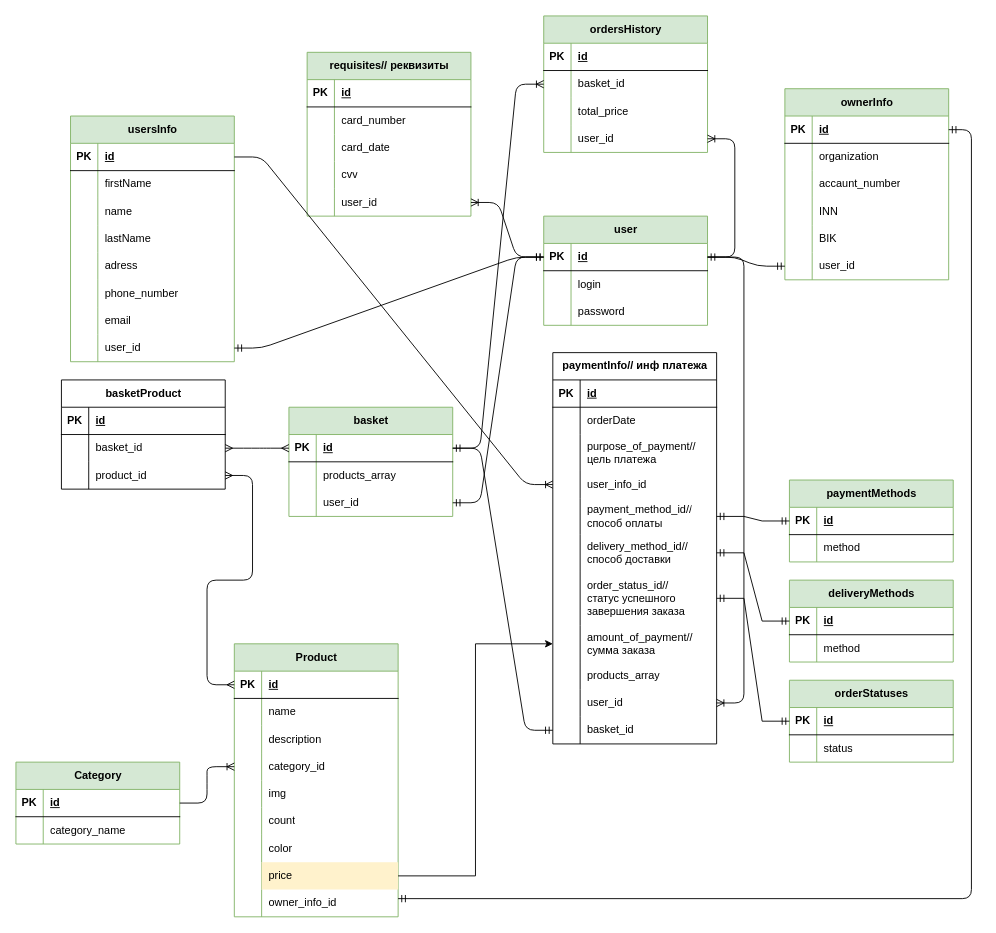
The draw.io diagram diagram/redev_store_new-update.drawio in IbadT/redev_store, before the edit. Source tidied: cells renumbered, new cells numbered last; positions are measured from the earlier drawing's top-left corner, leaving out a move shared by most shapes. Both pictures are drawn from the tidied source at 91%, with x=0, y=0 at pixel (15, 15).
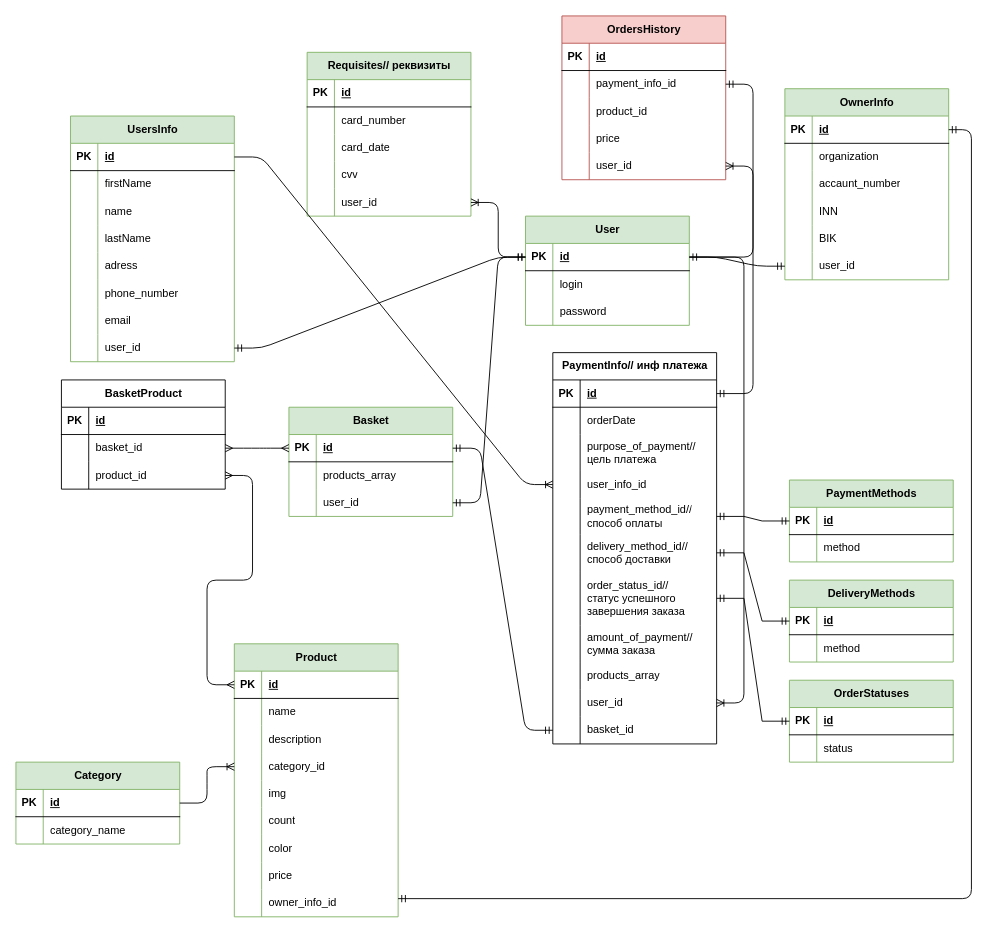
Above is the later version.

The change refers to these unchanged cells:
```xml
<mxCell id="41" style="shape=tableRow;horizontal=0;startSize=0;swimlaneHead=0;swimlaneBody=0;fillColor=none;points=[[0,0.5],[1,0.5]];portConstraint=eastwest;top=0;left=0;right=0;bottom=0;" parent="37" vertex="1">
  <mxGeometry y="60" width="180" height="30" as="geometry" />
</mxCell>
<mxCell id="72" style="shape=tableRow;horizontal=0;startSize=0;swimlaneHead=0;swimlaneBody=0;fillColor=none;points=[[0,0.5],[1,0.5]];portConstraint=eastwest;top=0;left=0;right=0;bottom=0;" parent="50" vertex="1">
  <mxGeometry y="240" width="180" height="30" as="geometry" />
</mxCell>
<mxCell id="79" style="shape=tableRow;horizontal=0;startSize=0;swimlaneHead=0;swimlaneBody=0;fillColor=none;points=[[0,0.5],[1,0.5]];portConstraint=eastwest;top=0;left=0;right=0;bottom=1;" parent="78" vertex="1">
  <mxGeometry y="30" width="180" height="30" as="geometry" />
</mxCell>
<mxCell id="90" style="shape=tableRow;horizontal=0;startSize=0;swimlaneHead=0;swimlaneBody=0;fillColor=none;points=[[0,0.5],[1,0.5]];portConstraint=eastwest;top=0;left=0;right=0;bottom=1;" parent="89" vertex="1">
  <mxGeometry y="30" width="180" height="30" as="geometry" />
</mxCell>
<mxCell id="111" style="shape=tableRow;horizontal=0;startSize=0;swimlaneHead=0;swimlaneBody=0;fillColor=none;points=[[0,0.5],[1,0.5]];portConstraint=eastwest;top=0;left=0;right=0;bottom=0;strokeColor=#b85450;" parent="89" vertex="1">
  <mxGeometry y="300" width="180" height="40" as="geometry" />
</mxCell>
```

Diff of the diagram source:
```diff
@@
-    <mxCell id="2" value="user" style="shape=table;startSize=30;childLayout=tableLayout;rowLines=0;fontStyle=1;align=center;html=1;fillColor=#d5e8d4;strokeColor=#82b366;" parent="1" vertex="1">
-      <mxGeometry x="580" y="220" width="180" height="120" as="geometry" />
+    <mxCell id="2" value="User" style="shape=table;startSize=30;childLayout=tableLayout;rowLines=0;fontStyle=1;align=center;html=1;fillColor=#d5e8d4;strokeColor=#82b366;" parent="1" vertex="1">
+      <mxGeometry x="560" y="220" width="180" height="120" as="geometry" />
     </mxCell>
@@
-    <mxCell id="12" value="usersInfo" style="shape=table;startSize=30;childLayout=tableLayout;rowLines=0;fontStyle=1;align=center;html=1;fillColor=#d5e8d4;strokeColor=#82b366;" parent="1" vertex="1">
+    <mxCell id="12" value="UsersInfo" style="shape=table;startSize=30;childLayout=tableLayout;rowLines=0;fontStyle=1;align=center;html=1;fillColor=#d5e8d4;strokeColor=#82b366;" parent="1" vertex="1">
       <mxGeometry x="60" y="110" width="180" height="270" as="geometry" />
     </mxCell>
@@
-    <mxCell id="37" value="ordersHistory" style="shape=table;startSize=30;childLayout=tableLayout;rowLines=0;fontStyle=1;align=center;html=1;fillColor=#d5e8d4;strokeColor=#82b366;" parent="1" vertex="1">
-      <mxGeometry x="580" width="180" height="150" as="geometry" />
+    <mxCell id="37" value="OrdersHistory" style="shape=table;startSize=30;childLayout=tableLayout;rowLines=0;fontStyle=1;align=center;html=1;fillColor=#f8cecc;strokeColor=#b85450;" parent="1" vertex="1">
+      <mxGeometry x="600" width="180" height="180" as="geometry" />
     </mxCell>
@@
-    <mxCell id="43" value="basket_id" style="shape=partialRectangle;fillColor=none;top=0;left=0;bottom=0;right=0;align=left;spacingLeft=6;overflow=hidden;whiteSpace=wrap;html=1;" parent="41" vertex="1">
+    <mxCell id="43" value="payment_info_id" style="shape=partialRectangle;fillColor=none;top=0;left=0;bottom=0;right=0;align=left;spacingLeft=6;overflow=hidden;whiteSpace=wrap;html=1;" parent="41" vertex="1">
       <mxGeometry x="30" width="150" height="30" as="geometry" />
     </mxCell>
+    <mxCell id="212" style="shape=tableRow;horizontal=0;startSize=0;swimlaneHead=0;swimlaneBody=0;fillColor=none;top=0;left=0;right=0;bottom=0;" parent="37" vertex="1">
+      <mxGeometry y="90" width="180" height="30" as="geometry" />
+    </mxCell>
+    <mxCell id="213" style="shape=partialRectangle;fillColor=none;top=0;left=0;bottom=0;right=0;overflow=hidden;whiteSpace=wrap;html=1;" parent="212" vertex="1">
+      <mxGeometry width="30" height="30" as="geometry" />
+    </mxCell>
+    <mxCell id="214" value="product_id" style="shape=partialRectangle;fillColor=none;top=0;left=0;bottom=0;right=0;align=left;spacingLeft=6;overflow=hidden;whiteSpace=wrap;html=1;" parent="212" vertex="1">
+      <mxGeometry x="30" width="150" height="30" as="geometry" />
+    </mxCell>
     <mxCell id="44" style="shape=tableRow;horizontal=0;startSize=0;swimlaneHead=0;swimlaneBody=0;fillColor=none;top=0;left=0;right=0;bottom=0;" parent="37" vertex="1">
-      <mxGeometry y="90" width="180" height="30" as="geometry" />
+      <mxGeometry y="120" width="180" height="30" as="geometry" />
     </mxCell>
@@
-    <mxCell id="46" value="total_price" style="shape=partialRectangle;fillColor=none;top=0;left=0;bottom=0;right=0;align=left;spacingLeft=6;overflow=hidden;whiteSpace=wrap;html=1;" parent="44" vertex="1">
+    <mxCell id="46" value="price" style="shape=partialRectangle;fillColor=none;top=0;left=0;bottom=0;right=0;align=left;spacingLeft=6;overflow=hidden;whiteSpace=wrap;html=1;" parent="44" vertex="1">
       <mxGeometry x="30" width="150" height="30" as="geometry" />
     </mxCell>
     <mxCell id="47" style="shape=tableRow;horizontal=0;startSize=0;swimlaneHead=0;swimlaneBody=0;fillColor=none;points=[[0,0.5],[1,0.5]];portConstraint=eastwest;top=0;left=0;right=0;bottom=0;" parent="37" vertex="1">
-      <mxGeometry y="120" width="180" height="30" as="geometry" />
+      <mxGeometry y="150" width="180" height="30" as="geometry" />
     </mxCell>
@@
-    <mxCell id="74" value="price" style="shape=partialRectangle;fillColor=#fff2cc;top=0;left=0;bottom=0;right=0;align=left;spacingLeft=6;overflow=hidden;whiteSpace=wrap;html=1;strokeColor=#d6b656;" parent="72" vertex="1">
+    <mxCell id="74" value="price" style="shape=partialRectangle;fillColor=none;top=0;left=0;bottom=0;right=0;align=left;spacingLeft=6;overflow=hidden;whiteSpace=wrap;html=1;strokeColor=#d6b656;" parent="72" vertex="1">
       <mxGeometry x="30" width="150" height="30" as="geometry" />
     </mxCell>
@@
-    <mxCell id="78" value="basket" style="shape=table;startSize=30;childLayout=tableLayout;rowLines=0;fontStyle=1;align=center;html=1;fillColor=#d5e8d4;strokeColor=#82b366;" parent="1" vertex="1">
+    <mxCell id="78" value="Basket" style="shape=table;startSize=30;childLayout=tableLayout;rowLines=0;fontStyle=1;align=center;html=1;fillColor=#d5e8d4;strokeColor=#82b366;" parent="1" vertex="1">
       <mxGeometry x="300" y="430" width="180" height="120" as="geometry" />
     </mxCell>
@@
-    <mxCell id="89" value="paymentInfo// инф платежа" style="shape=table;startSize=30;childLayout=tableLayout;rowLines=0;fontStyle=1;align=center;html=1;swimlaneFillColor=none;fillColor=none;" parent="1" vertex="1">
+    <mxCell id="89" value="PaymentInfo// инф платежа" style="shape=table;startSize=30;childLayout=tableLayout;rowLines=0;fontStyle=1;align=center;html=1;swimlaneFillColor=none;fillColor=none;" parent="1" vertex="1">
       <mxGeometry x="590" y="370" width="180" height="430" as="geometry" />
     </mxCell>
@@
-    <mxCell id="123" value="ownerInfo" style="shape=table;startSize=30;childLayout=tableLayout;rowLines=0;fontStyle=1;align=center;html=1;fillColor=#d5e8d4;strokeColor=#82b366;" parent="1" vertex="1">
+    <mxCell id="123" value="OwnerInfo" style="shape=table;startSize=30;childLayout=tableLayout;rowLines=0;fontStyle=1;align=center;html=1;fillColor=#d5e8d4;strokeColor=#82b366;" parent="1" vertex="1">
       <mxGeometry x="845" y="80" width="180" height="210" as="geometry" />
     </mxCell>
@@
-    <mxCell id="142" value="requisites// реквизиты" style="shape=table;startSize=30;childLayout=tableLayout;rowLines=0;fontStyle=1;align=center;html=1;fillColor=#d5e8d4;strokeColor=#82b366;" parent="1" vertex="1">
+    <mxCell id="142" value="Requisites// реквизиты" style="shape=table;startSize=30;childLayout=tableLayout;rowLines=0;fontStyle=1;align=center;html=1;fillColor=#d5e8d4;strokeColor=#82b366;" parent="1" vertex="1">
       <mxGeometry x="320" y="40" width="180" height="180" as="geometry" />
     </mxCell>
@@
-    <mxCell id="160" value="paymentMethods" style="shape=table;startSize=30;childLayout=tableLayout;rowLines=0;fontStyle=1;align=center;html=1;fillColor=#d5e8d4;strokeColor=#82b366;" parent="1" vertex="1">
+    <mxCell id="160" value="PaymentMethods" style="shape=table;startSize=30;childLayout=tableLayout;rowLines=0;fontStyle=1;align=center;html=1;fillColor=#d5e8d4;strokeColor=#82b366;" parent="1" vertex="1">
       <mxGeometry x="850" y="510" width="180" height="90" as="geometry" />
     </mxCell>
@@
-    <mxCell id="167" value="orderStatuses" style="shape=table;startSize=30;childLayout=tableLayout;rowLines=0;fontStyle=1;align=center;html=1;fillColor=#d5e8d4;strokeColor=#82b366;" parent="1" vertex="1">
+    <mxCell id="167" value="OrderStatuses" style="shape=table;startSize=30;childLayout=tableLayout;rowLines=0;fontStyle=1;align=center;html=1;fillColor=#d5e8d4;strokeColor=#82b366;" parent="1" vertex="1">
       <mxGeometry x="850" y="730" width="180" height="90" as="geometry" />
     </mxCell>
@@
-    <mxCell id="176" value="deliveryMethods" style="shape=table;startSize=30;childLayout=tableLayout;rowLines=0;fontStyle=1;align=center;html=1;fillColor=#d5e8d4;strokeColor=#82b366;" parent="1" vertex="1">
+    <mxCell id="176" value="DeliveryMethods" style="shape=table;startSize=30;childLayout=tableLayout;rowLines=0;fontStyle=1;align=center;html=1;fillColor=#d5e8d4;strokeColor=#82b366;" parent="1" vertex="1">
       <mxGeometry x="850" y="620" width="180" height="90" as="geometry" />
     </mxCell>
@@
-    <mxCell id="183" value="basketProduct" style="shape=table;startSize=30;childLayout=tableLayout;rowLines=0;fontStyle=1;align=center;html=1;" parent="1" vertex="1">
+    <mxCell id="183" value="BasketProduct" style="shape=table;startSize=30;childLayout=tableLayout;rowLines=0;fontStyle=1;align=center;html=1;" parent="1" vertex="1">
       <mxGeometry x="50" y="400" width="180" height="120" as="geometry" />
     </mxCell>
@@
-    <mxCell id="206" style="edgeStyle=entityRelationEdgeStyle;fontSize=12;html=1;endArrow=ERoneToMany;rounded=1;strokeColor=#000000;strokeWidth=1;fillColor=#f8cecc;" parent="1" edge="1" source="79" target="41">
-      <mxGeometry relative="1" as="geometry" />
-    </mxCell>
@@
-    <mxCell id="211" style="edgeStyle=orthogonalEdgeStyle;rounded=0;jettySize=auto;html=1;exitX=1;exitY=0.5;exitDx=0;exitDy=0;" parent="1" edge="1" source="72" target="111">
-      <mxGeometry relative="1" as="geometry" />
-    </mxCell>
+    <mxCell id="215" style="edgeStyle=entityRelationEdgeStyle;fontSize=12;html=1;endArrow=ERmandOne;startArrow=ERmandOne;rounded=1;fillColor=#d5e8d4;strokeColor=#000000;" parent="1" edge="1" source="41" target="90">
+      <mxGeometry relative="1" as="geometry" />
+    </mxCell>
```
